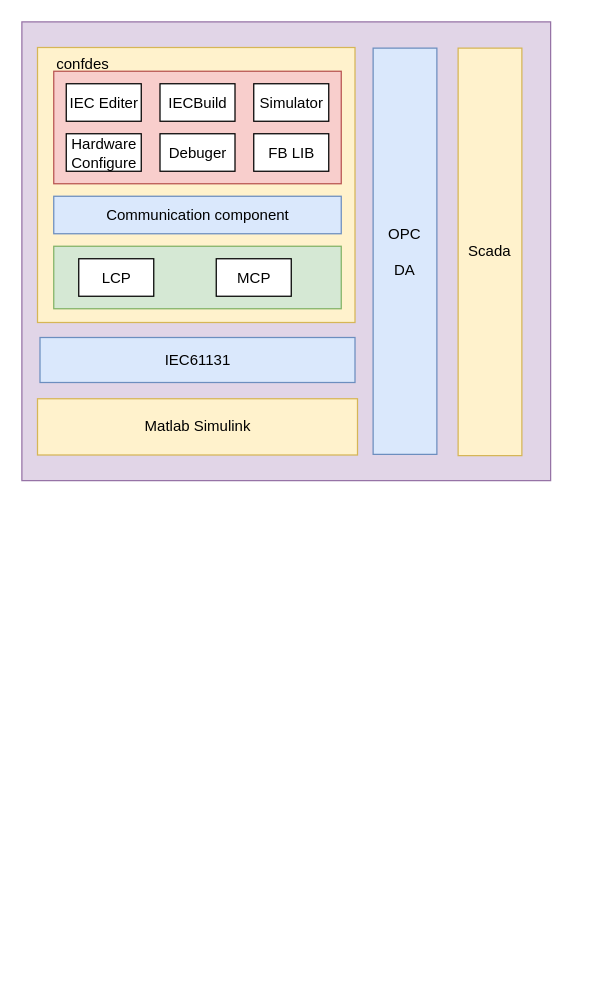
This is CMC_SOFT_FRAME.drawio from nathanningbo/general_ztf, a draw.io file, before an edit. Source tidied: cells renumbered, new cells numbered last; positions are measured from the earlier drawing's top-left corner, leaving out a move shared by most shapes. Both pictures are drawn from the tidied source at 125%, with x=0, y=0 at pixel (21, 21).
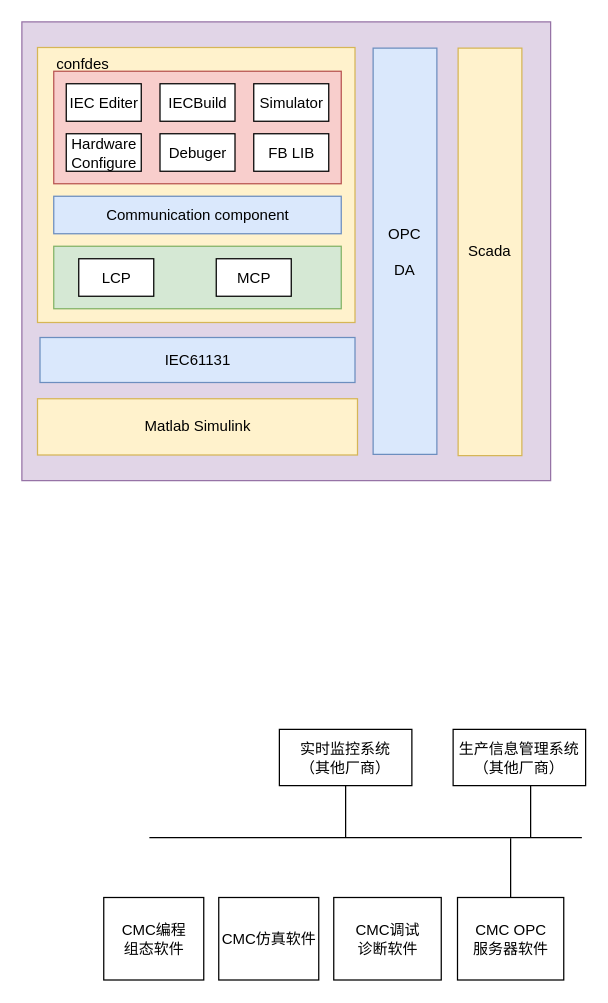
After the change.

Change to the diagram source:
```diff
@@
+    <mxCell id="20" value="&lt;div&gt;CMC编程&lt;/div&gt;&lt;div&gt;组态软件&lt;/div&gt;" style="rounded=0;whiteSpace=wrap;html=1;" parent="1" vertex="1">
+      <mxGeometry x="65.5" y="700.5" width="80" height="66" as="geometry" />
+    </mxCell>
+    <mxCell id="21" value="CMC仿真软件" style="rounded=0;whiteSpace=wrap;html=1;" parent="1" vertex="1">
+      <mxGeometry x="157.5" y="700.5" width="80" height="66" as="geometry" />
+    </mxCell>
+    <mxCell id="22" value="&lt;div&gt;CMC OPC&lt;/div&gt;&lt;div&gt;服务器软件&lt;br&gt;&lt;/div&gt;" style="rounded=0;whiteSpace=wrap;html=1;" parent="1" vertex="1">
+      <mxGeometry x="348.5" y="700.5" width="85" height="66" as="geometry" />
+    </mxCell>
+    <mxCell id="23" value="&lt;div&gt;CMC调试&lt;/div&gt;&lt;div&gt;诊断软件&lt;/div&gt;" style="rounded=0;whiteSpace=wrap;html=1;" parent="1" vertex="1">
+      <mxGeometry x="249.5" y="700.5" width="86" height="66" as="geometry" />
+    </mxCell>
+    <mxCell id="24" style="endArrow=none;html=1;" parent="1" edge="1">
+      <mxGeometry relative="1" as="geometry">
+        <mxPoint x="102" y="652.5" as="sourcePoint" />
+        <mxPoint x="448" y="652.5" as="targetPoint" />
+      </mxGeometry>
+    </mxCell>
+    <mxCell id="25" style="endArrow=none;html=1;exitX=0.5;exitY=0;exitDx=0;exitDy=0;" parent="1" edge="1" source="22">
+      <mxGeometry relative="1" as="geometry">
+        <mxPoint x="391" y="653" as="targetPoint" />
+      </mxGeometry>
+    </mxCell>
+    <mxCell id="26" value="&lt;div&gt;生产信息管理系统&lt;/div&gt;（其他厂商）" style="rounded=0;whiteSpace=wrap;html=1;" parent="1" vertex="1">
+      <mxGeometry x="345" y="566" width="106" height="45" as="geometry" />
+    </mxCell>
+    <mxCell id="27" value="&lt;div&gt;实时监控系统&lt;/div&gt;&lt;div&gt;（其他厂商）&lt;br&gt;&lt;/div&gt;" style="rounded=0;whiteSpace=wrap;html=1;" parent="1" vertex="1">
+      <mxGeometry x="206" y="566" width="106" height="45" as="geometry" />
+    </mxCell>
+    <mxCell id="28" style="endArrow=none;html=1;entryX=0.5;entryY=1;entryDx=0;entryDy=0;" parent="1" edge="1" target="27">
+      <mxGeometry relative="1" as="geometry">
+        <mxPoint x="259" y="652" as="sourcePoint" />
+      </mxGeometry>
+    </mxCell>
+    <mxCell id="29" style="endArrow=none;html=1;entryX=0.5;entryY=1;entryDx=0;entryDy=0;" parent="1" edge="1">
+      <mxGeometry relative="1" as="geometry">
+        <mxPoint x="407" y="652" as="sourcePoint" />
+        <mxPoint x="407" y="611" as="targetPoint" />
+      </mxGeometry>
+    </mxCell>
```
